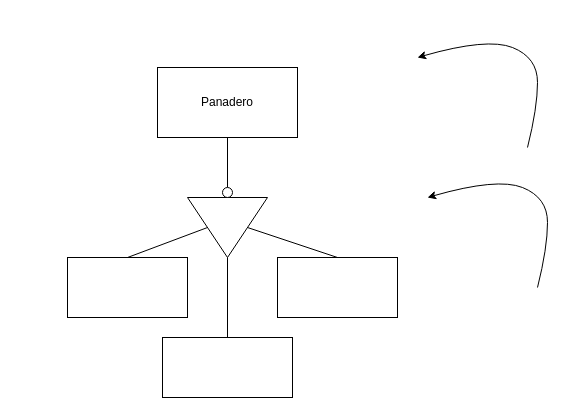
Before: Panaderia.drawio in Plumiskateeer/RepPersonal, a draw.io diagram. Source tidied: cells renumbered, new cells numbered last; positions are measured from the earlier drawing's top-left corner, leaving out a move shared by most shapes. Both pictures are drawn from the tidied source at 100%, with x=0, y=0 at pixel (67, 37).
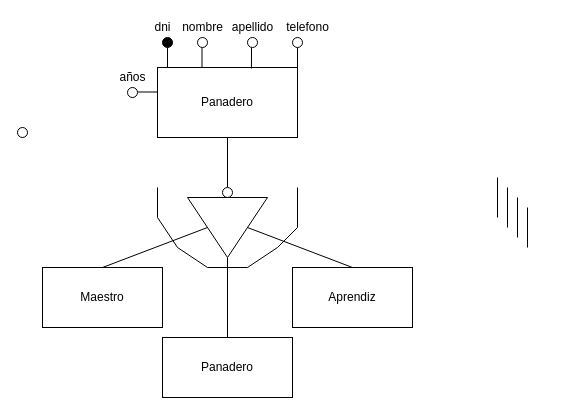
The same diagram, later.

The change refers to these unchanged cells:
```xml
<mxCell id="2" value="Panadero" style="rounded=0;whiteSpace=wrap;html=1;" parent="1" vertex="1">
  <mxGeometry x="90" y="30" width="140" height="70" as="geometry" />
</mxCell>
```

What changed in the source:
```diff
@@
-    <mxCell id="8" style="rounded=0;whiteSpace=wrap;html=1;" parent="1" vertex="1">
-      <mxGeometry y="220" width="120" height="60" as="geometry" />
+    <mxCell id="8" value="Maestro" style="rounded=0;whiteSpace=wrap;html=1;" parent="1" vertex="1">
+      <mxGeometry x="-25" y="230" width="120" height="60" as="geometry" />
     </mxCell>
-    <mxCell id="9" style="rounded=0;whiteSpace=wrap;html=1;" parent="1" vertex="1">
-      <mxGeometry x="210" y="220" width="120" height="60" as="geometry" />
+    <mxCell id="9" value="Aprendiz" style="rounded=0;whiteSpace=wrap;html=1;" parent="1" vertex="1">
+      <mxGeometry x="225" y="230" width="120" height="60" as="geometry" />
     </mxCell>
-    <mxCell id="10" style="rounded=0;whiteSpace=wrap;html=1;" parent="1" vertex="1">
+    <mxCell id="10" value="&lt;div&gt;Panadero&lt;/div&gt;" style="rounded=0;whiteSpace=wrap;html=1;" parent="1" vertex="1">
       <mxGeometry x="95" y="300" width="130" height="60" as="geometry" />
     </mxCell>
@@
-    <mxCell id="12" style="curved=1;endArrow=classic;html=1;rounded=0;" parent="1" edge="1">
-      <mxGeometry relative="1" as="geometry">
-        <mxPoint x="460" y="110" as="sourcePoint" />
-        <mxPoint x="350" y="20" as="targetPoint" />
-        <Array as="points">
-          <mxPoint x="470" y="70" />
-          <mxPoint x="470" y="20" />
-          <mxPoint x="420" />
-        </Array>
-      </mxGeometry>
-    </mxCell>
-    <mxCell id="13" style="curved=1;endArrow=classic;html=1;rounded=0;" parent="1" edge="1">
-      <mxGeometry relative="1" as="geometry">
-        <mxPoint x="470" y="250" as="sourcePoint" />
-        <mxPoint x="360" y="160" as="targetPoint" />
-        <Array as="points">
-          <mxPoint x="480" y="210" />
-          <mxPoint x="480" y="160" />
-          <mxPoint x="430" y="140" />
-        </Array>
-      </mxGeometry>
-    </mxCell>
+    <mxCell id="14" style="endArrow=none;html=1;rounded=0;" parent="1" edge="1">
+      <mxGeometry relative="1" as="geometry">
+        <mxPoint x="90" y="150" as="sourcePoint" />
+        <mxPoint x="230" y="150" as="targetPoint" />
+        <Array as="points">
+          <mxPoint x="90" y="180" />
+          <mxPoint x="110" y="210" />
+          <mxPoint x="140" y="230" />
+          <mxPoint x="160" y="230" />
+          <mxPoint x="180" y="230" />
+          <mxPoint x="210" y="210" />
+          <mxPoint x="230" y="190" />
+        </Array>
+      </mxGeometry>
+    </mxCell>
+    <mxCell id="15" style="endArrow=none;html=1;rounded=0;startArrow=none;" parent="1" edge="1" source="23">
+      <mxGeometry relative="1" as="geometry">
+        <mxPoint x="100" y="10" as="targetPoint" />
+      </mxGeometry>
+    </mxCell>
+    <mxCell id="16" style="endArrow=none;html=1;rounded=0;" parent="1" edge="1">
+      <mxGeometry relative="1" as="geometry">
+        <mxPoint x="430" y="180" as="sourcePoint" />
+        <mxPoint x="430" y="140" as="targetPoint" />
+      </mxGeometry>
+    </mxCell>
+    <mxCell id="17" style="endArrow=none;html=1;rounded=0;" parent="1" edge="1">
+      <mxGeometry relative="1" as="geometry">
+        <mxPoint x="440" y="190" as="sourcePoint" />
+        <mxPoint x="440" y="150" as="targetPoint" />
+      </mxGeometry>
+    </mxCell>
+    <mxCell id="18" style="endArrow=none;html=1;rounded=0;" parent="1" edge="1">
+      <mxGeometry relative="1" as="geometry">
+        <mxPoint x="450" y="200" as="sourcePoint" />
+        <mxPoint x="450" y="160" as="targetPoint" />
+      </mxGeometry>
+    </mxCell>
+    <mxCell id="19" style="endArrow=none;html=1;rounded=0;" parent="1" edge="1">
+      <mxGeometry relative="1" as="geometry">
+        <mxPoint x="460" y="210" as="sourcePoint" />
+        <mxPoint x="460" y="170" as="targetPoint" />
+      </mxGeometry>
+    </mxCell>
+    <mxCell id="20" style="endArrow=none;html=1;rounded=0;" parent="1" edge="1">
+      <mxGeometry relative="1" as="geometry">
+        <mxPoint x="134.5" y="30" as="sourcePoint" />
+        <mxPoint x="134.5" y="10" as="targetPoint" />
+      </mxGeometry>
+    </mxCell>
+    <mxCell id="21" style="endArrow=none;html=1;rounded=0;" parent="1" edge="1">
+      <mxGeometry relative="1" as="geometry">
+        <mxPoint x="230" y="30" as="sourcePoint" />
+        <mxPoint x="230" y="10" as="targetPoint" />
+      </mxGeometry>
+    </mxCell>
+    <mxCell id="22" value="dni" style="text;html=1;align=center;verticalAlign=middle;strokeColor=none;fillColor=none;" parent="1" vertex="1">
+      <mxGeometry x="80" y="-20" width="30" height="20" as="geometry" />
+    </mxCell>
+    <mxCell id="23" style="ellipse;whiteSpace=wrap;html=1;fillColor=#000000;" parent="1" vertex="1">
+      <mxGeometry x="95" width="10" height="10" as="geometry" />
+    </mxCell>
+    <mxCell id="24" style="endArrow=none;html=1;rounded=0;" parent="1" edge="1" target="23">
+      <mxGeometry relative="1" as="geometry">
+        <mxPoint x="100" y="30" as="sourcePoint" />
+      </mxGeometry>
+    </mxCell>
+    <mxCell id="25" style="ellipse;whiteSpace=wrap;html=1;" parent="1" vertex="1">
+      <mxGeometry x="-50" y="90" width="10" height="10" as="geometry" />
+    </mxCell>
+    <mxCell id="26" style="ellipse;whiteSpace=wrap;html=1;" parent="1" vertex="1">
+      <mxGeometry x="130" width="10" height="10" as="geometry" />
+    </mxCell>
+    <mxCell id="27" value="nombre" style="text;html=1;align=center;verticalAlign=middle;strokeColor=none;fillColor=none;" parent="1" vertex="1">
+      <mxGeometry x="105" y="-20" width="60" height="20" as="geometry" />
+    </mxCell>
+    <mxCell id="28" style="ellipse;whiteSpace=wrap;html=1;" parent="1" vertex="1">
+      <mxGeometry x="180" width="10" height="10" as="geometry" />
+    </mxCell>
+    <mxCell id="29" style="endArrow=none;html=1;rounded=0;exitX=0.671;exitY=0.014;exitDx=0;exitDy=0;exitPerimeter=0;" parent="1" edge="1" source="2">
+      <mxGeometry relative="1" as="geometry">
+        <mxPoint x="184" y="10" as="targetPoint" />
+      </mxGeometry>
+    </mxCell>
+    <mxCell id="30" value="apellido" style="text;html=1;align=center;verticalAlign=middle;strokeColor=none;fillColor=none;" parent="1" vertex="1">
+      <mxGeometry x="155" y="-20" width="60" height="20" as="geometry" />
+    </mxCell>
+    <mxCell id="31" style="ellipse;whiteSpace=wrap;html=1;" parent="1" vertex="1">
+      <mxGeometry x="225" width="10" height="10" as="geometry" />
+    </mxCell>
+    <mxCell id="32" value="telefono" style="text;html=1;align=center;verticalAlign=middle;strokeColor=none;fillColor=none;" parent="1" vertex="1">
+      <mxGeometry x="210" y="-20" width="60" height="20" as="geometry" />
+    </mxCell>
+    <mxCell id="33" style="endArrow=none;html=1;rounded=0;exitX=0.671;exitY=0.014;exitDx=0;exitDy=0;exitPerimeter=0;" parent="1" edge="1">
+      <mxGeometry relative="1" as="geometry">
+        <mxPoint x="70" y="54.5" as="sourcePoint" />
+        <mxPoint x="90" y="54.5" as="targetPoint" />
+      </mxGeometry>
+    </mxCell>
+    <mxCell id="34" style="ellipse;whiteSpace=wrap;html=1;" parent="1" vertex="1">
+      <mxGeometry x="60" y="50" width="10" height="10" as="geometry" />
+    </mxCell>
+    <mxCell id="35" value="años" style="text;html=1;align=center;verticalAlign=middle;strokeColor=none;fillColor=none;" parent="1" vertex="1">
+      <mxGeometry x="45" y="30" width="40" height="20" as="geometry" />
+    </mxCell>
```
